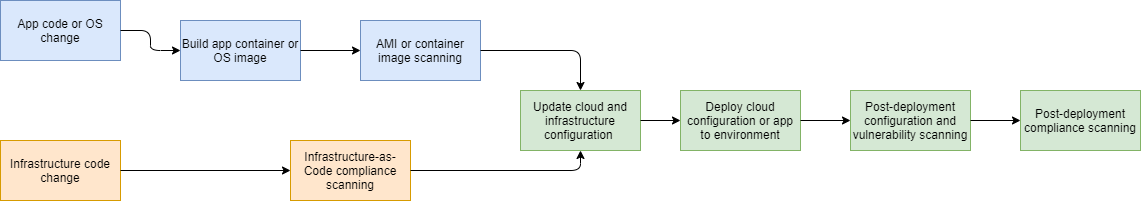
This is completed/DevSecOpsPipline.png from aleks-dev/nd063-c3-design-for-security-project-starter, a draw.io export, as it was before one commit. Source tidied: cells renumbered, new cells last; positions are measured from the earlier drawing's top-left corner, leaving out a move shared by most shapes.
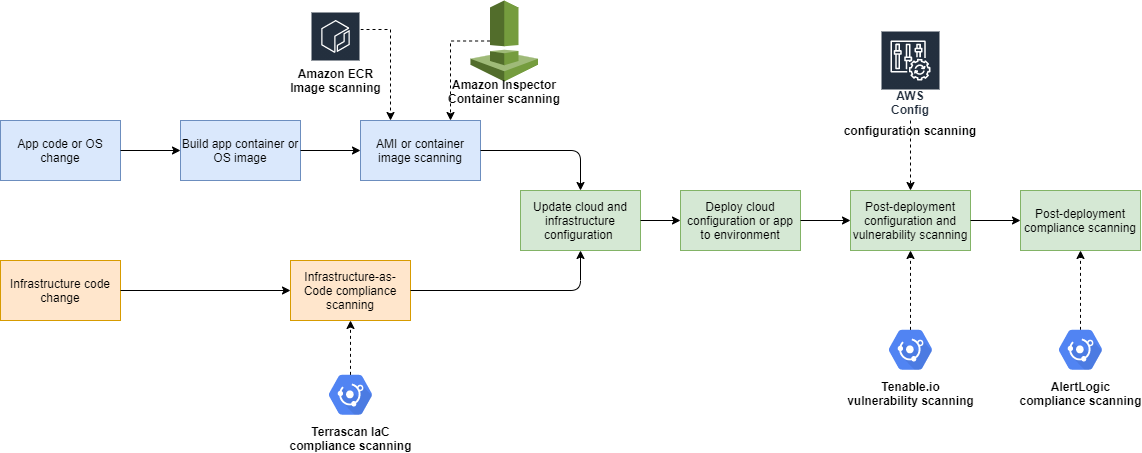
Later version of the same file.

Change to the diagram source:
```diff
@@ -3,13 +3,13 @@
     <mxCell id="0" />
     <mxCell id="1" parent="0" />
     <mxCell id="2" value="Infrastructure code change" style="rounded=0;whiteSpace=wrap;html=1;fillColor=#ffe6cc;strokeColor=#d79b00;" parent="1" vertex="1">
-      <mxGeometry y="140" width="120" height="60" as="geometry" />
+      <mxGeometry y="160" width="120" height="60" as="geometry" />
     </mxCell>
     <mxCell id="3" value="App code or OS change" style="rounded=0;whiteSpace=wrap;html=1;fillColor=#dae8fc;strokeColor=#6c8ebf;" parent="1" vertex="1">
-      <mxGeometry width="120" height="60" as="geometry" />
+      <mxGeometry y="20" width="120" height="60" as="geometry" />
     </mxCell>
     <mxCell id="4" value="Infrastructure-as-Code compliance scanning" style="rounded=0;whiteSpace=wrap;html=1;fillColor=#ffe6cc;strokeColor=#d79b00;" parent="1" vertex="1">
-      <mxGeometry x="290" y="140" width="120" height="60" as="geometry" />
+      <mxGeometry x="290" y="160" width="120" height="60" as="geometry" />
     </mxCell>
     <mxCell id="5" value="Update cloud and infrastructure configuration&amp;nbsp;" style="rounded=0;whiteSpace=wrap;html=1;fillColor=#d5e8d4;strokeColor=#82b366;" parent="1" vertex="1">
       <mxGeometry x="520" y="90" width="120" height="60" as="geometry" />
@@ -66,5 +66,64 @@
     <mxCell id="18" style="endArrow=classic;html=1;exitX=1;exitY=0.5;exitDx=0;exitDy=0;entryX=0;entryY=0.5;entryDx=0;entryDy=0;" parent="1" edge="1" source="15" target="16">
       <mxGeometry relative="1" as="geometry" />
     </mxCell>
+    <mxCell id="19" style="edgeStyle=orthogonalEdgeStyle;rounded=0;jettySize=auto;html=1;entryX=0.25;entryY=0;entryDx=0;entryDy=0;dashed=1;" parent="1" edge="1" target="7">
+      <mxGeometry relative="1" as="geometry">
+        <mxPoint x="360" y="-71" as="sourcePoint" />
+        <Array as="points">
+          <mxPoint x="390" y="-71" />
+        </Array>
+      </mxGeometry>
+    </mxCell>
+    <mxCell id="20" style="edgeStyle=orthogonalEdgeStyle;rounded=0;jettySize=auto;html=1;exitX=0.29;exitY=0.5;exitDx=0;exitDy=0;exitPerimeter=0;entryX=0.75;entryY=0;entryDx=0;entryDy=0;dashed=1;" parent="1" edge="1" source="21" target="7">
+      <mxGeometry relative="1" as="geometry">
+        <Array as="points">
+          <mxPoint x="450" y="-59" />
+        </Array>
+      </mxGeometry>
+    </mxCell>
+    <mxCell id="21" style="outlineConnect=0;dashed=0;verticalLabelPosition=bottom;verticalAlign=top;align=center;html=1;shape=mxgraph.aws3.inspector;fillColor=#759C3E;gradientColor=none;" parent="1" vertex="1">
+      <mxGeometry x="470" y="-100" width="67.5" height="81" as="geometry" />
+    </mxCell>
+    <mxCell id="22" value="&lt;font color=&quot;#000000&quot;&gt;&lt;span style=&quot;font-size: 12px&quot;&gt;Terrascan IaC&lt;/span&gt;&lt;br&gt;&lt;span style=&quot;font-size: 12px&quot;&gt;compliance scanning&lt;/span&gt;&lt;/font&gt;" style="html=1;fillColor=#5184F3;strokeColor=none;verticalAlign=top;labelPosition=center;verticalLabelPosition=bottom;align=center;spacingTop=-6;fontSize=11;fontStyle=1;fontColor=#999999;shape=mxgraph.gcp2.hexIcon;prIcon=cloud_security_scanner;" parent="1" vertex="1">
+      <mxGeometry x="317" y="265" width="66" height="58.5" as="geometry" />
+    </mxCell>
+    <mxCell id="23" style="edgeStyle=orthogonalEdgeStyle;rounded=0;jettySize=auto;html=1;entryX=0.5;entryY=1;entryDx=0;entryDy=0;dashed=1;exitX=0.5;exitY=0.16;exitDx=0;exitDy=0;exitPerimeter=0;" parent="1" edge="1" source="22" target="4">
+      <mxGeometry relative="1" as="geometry">
+        <Array as="points">
+          <mxPoint x="350" y="260" />
+          <mxPoint x="350" y="260" />
+        </Array>
+      </mxGeometry>
+    </mxCell>
+    <mxCell id="24" value="&lt;span style=&quot;font-weight: 700&quot;&gt;Amazon Inspector&lt;/span&gt;&lt;br style=&quot;font-weight: 700&quot;&gt;&lt;span style=&quot;font-weight: 700&quot;&gt;Container scanning&lt;/span&gt;" style="text;html=1;strokeColor=none;fillColor=none;align=center;verticalAlign=middle;whiteSpace=wrap;rounded=0;" parent="1" vertex="1">
+      <mxGeometry x="443.8" y="-19" width="120" height="20" as="geometry" />
+    </mxCell>
+    <mxCell id="25" style="fontColor=#232F3E;gradientColor=none;strokeColor=#ffffff;fillColor=#232F3E;dashed=0;verticalLabelPosition=middle;verticalAlign=bottom;align=center;html=1;whiteSpace=wrap;fontSize=10;fontStyle=1;spacing=3;shape=mxgraph.aws4.productIcon;prIcon=mxgraph.aws4.ecr;" parent="1" vertex="1">
+      <mxGeometry x="310" y="-89" width="50" height="59" as="geometry" />
+    </mxCell>
+    <mxCell id="26" value="&lt;span style=&quot;font-weight: 700&quot;&gt;Amazon ECR&lt;/span&gt;&lt;br style=&quot;font-weight: 700&quot;&gt;&lt;span style=&quot;font-weight: 700&quot;&gt;Image scanning&lt;/span&gt;" style="text;html=1;strokeColor=none;fillColor=none;align=center;verticalAlign=middle;whiteSpace=wrap;rounded=0;" parent="1" vertex="1">
+      <mxGeometry x="282.5" y="-30" width="105" height="20" as="geometry" />
+    </mxCell>
+    <mxCell id="27" value="&lt;font color=&quot;#000000&quot;&gt;&lt;span style=&quot;font-size: 12px&quot;&gt;AlertLogic&lt;/span&gt;&lt;br&gt;&lt;span style=&quot;font-size: 12px&quot;&gt;compliance scanning&lt;/span&gt;&lt;/font&gt;" style="html=1;fillColor=#5184F3;strokeColor=none;verticalAlign=top;labelPosition=center;verticalLabelPosition=bottom;align=center;spacingTop=-6;fontSize=11;fontStyle=1;fontColor=#999999;shape=mxgraph.gcp2.hexIcon;prIcon=cloud_security_scanner;" parent="1" vertex="1">
+      <mxGeometry x="1047" y="220" width="66" height="58.5" as="geometry" />
+    </mxCell>
+    <mxCell id="28" style="edgeStyle=orthogonalEdgeStyle;rounded=0;jettySize=auto;html=1;dashed=1;exitX=0.5;exitY=0.16;exitDx=0;exitDy=0;exitPerimeter=0;entryX=0.5;entryY=1;entryDx=0;entryDy=0;" parent="1" edge="1" source="27" target="16">
+      <mxGeometry relative="1" as="geometry" />
+    </mxCell>
+    <mxCell id="29" value="&lt;font color=&quot;#000000&quot;&gt;&lt;span style=&quot;font-size: 12px&quot;&gt;Tenable.io&lt;/span&gt;&lt;br&gt;&lt;span style=&quot;font-size: 12px&quot;&gt;vulnerability scanning&lt;/span&gt;&lt;/font&gt;" style="html=1;fillColor=#5184F3;strokeColor=none;verticalAlign=top;labelPosition=center;verticalLabelPosition=bottom;align=center;spacingTop=-6;fontSize=11;fontStyle=1;fontColor=#999999;shape=mxgraph.gcp2.hexIcon;prIcon=cloud_security_scanner;" parent="1" vertex="1">
+      <mxGeometry x="877" y="220" width="66" height="58.5" as="geometry" />
+    </mxCell>
+    <mxCell id="30" style="edgeStyle=orthogonalEdgeStyle;rounded=0;jettySize=auto;html=1;dashed=1;exitX=0.5;exitY=0.16;exitDx=0;exitDy=0;exitPerimeter=0;entryX=0.5;entryY=1;entryDx=0;entryDy=0;" parent="1" edge="1" source="29" target="15">
+      <mxGeometry relative="1" as="geometry" />
+    </mxCell>
+    <mxCell id="31" value="&lt;font style=&quot;font-size: 12px&quot;&gt;AWS Config&lt;/font&gt;" style="outlineConnect=0;fontColor=#232F3E;gradientColor=none;strokeColor=#ffffff;fillColor=#232F3E;dashed=0;verticalLabelPosition=middle;verticalAlign=bottom;align=center;html=1;whiteSpace=wrap;fontSize=10;fontStyle=1;spacing=3;shape=mxgraph.aws4.productIcon;prIcon=mxgraph.aws4.config;" parent="1" vertex="1">
+      <mxGeometry x="880" y="-70" width="60" height="90" as="geometry" />
+    </mxCell>
+    <mxCell id="32" value="&lt;span style=&quot;font-weight: 700&quot;&gt;configuration scanning&lt;/span&gt;" style="text;html=1;strokeColor=none;fillColor=none;align=center;verticalAlign=middle;whiteSpace=wrap;rounded=0;" parent="1" vertex="1">
+      <mxGeometry x="840" y="20" width="140" height="20" as="geometry" />
+    </mxCell>
+    <mxCell id="33" style="edgeStyle=orthogonalEdgeStyle;rounded=0;jettySize=auto;html=1;dashed=1;entryX=0.5;entryY=0;entryDx=0;entryDy=0;" parent="1" edge="1" source="31" target="15">
+      <mxGeometry relative="1" as="geometry" />
+    </mxCell>
   </root>
 </mxGraphModel>
```
